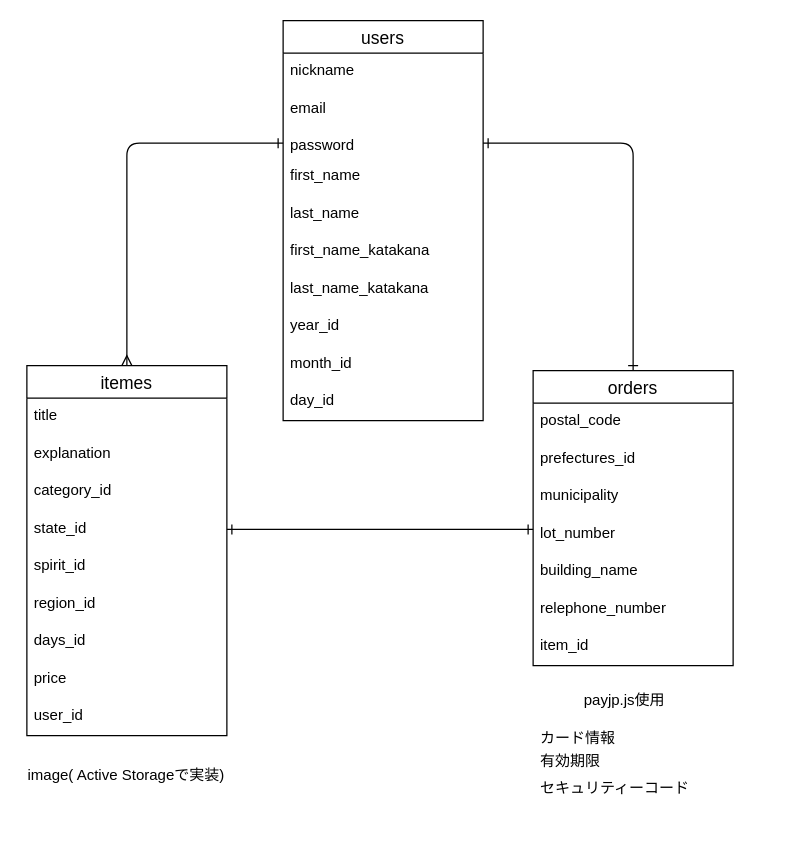
Before: furima.dio in you0626/furima-41564, a draw.io diagram. Source tidied: cells renumbered, new cells numbered last; positions are measured from the earlier drawing's top-left corner, leaving out a move shared by most shapes. Both pictures are drawn from the tidied source at 125%, with x=0, y=0 at pixel (20, 20).
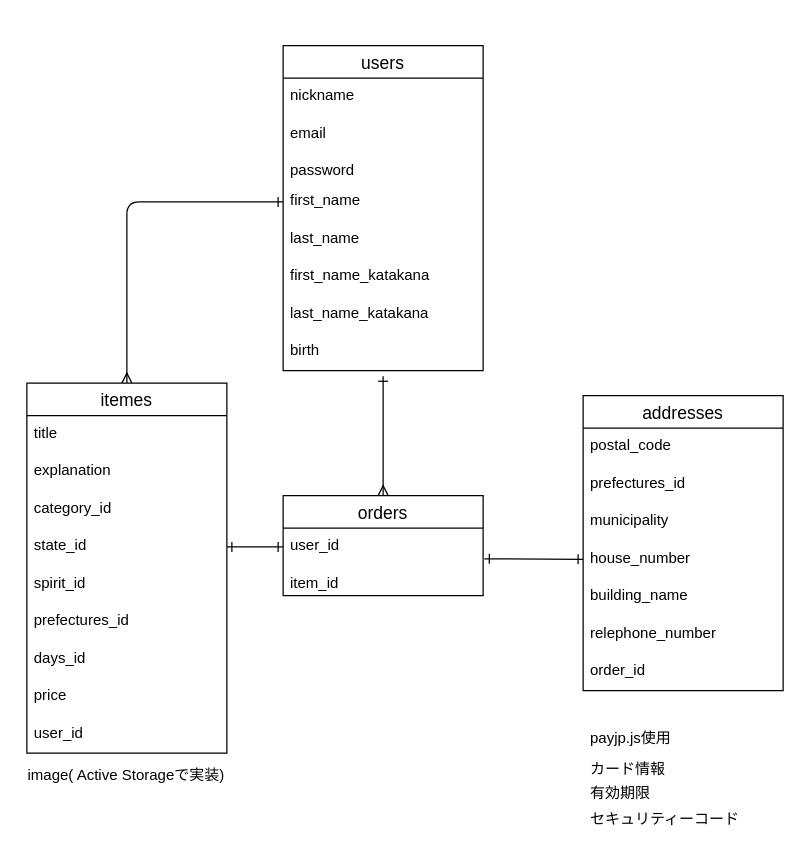
The same diagram, later.

Commit message (it also covers changes not shown here):
テーブルを４つに変更

The change refers to these unchanged cells:
```xml
<mxCell id="5" value="password" style="text;strokeColor=none;fillColor=none;spacingLeft=4;spacingRight=4;overflow=hidden;points=[[0,0.5],[1,0.5]];portConstraint=eastwest;fontSize=12;" parent="2" vertex="1">
  <mxGeometry y="86" width="160" height="24" as="geometry" />
</mxCell>
<mxCell id="6" value="first_name" style="text;strokeColor=none;fillColor=none;spacingLeft=4;spacingRight=4;overflow=hidden;points=[[0,0.5],[1,0.5]];portConstraint=eastwest;fontSize=12;" parent="2" vertex="1">
  <mxGeometry y="110" width="160" height="30" as="geometry" />
</mxCell>
<mxCell id="18" value="state_id" style="text;strokeColor=none;fillColor=none;spacingLeft=4;spacingRight=4;overflow=hidden;points=[[0,0.5],[1,0.5]];portConstraint=eastwest;fontSize=12;" parent="14" vertex="1">
  <mxGeometry y="116" width="160" height="30" as="geometry" />
</mxCell>
```

Diff of the diagram source:
```diff
@@
     <mxCell id="2" value="users" style="swimlane;fontStyle=0;horizontal=1;startSize=26;align=center;fontSize=14;" parent="1" vertex="1">
-      <mxGeometry x="210" width="160" height="320" as="geometry" />
+      <mxGeometry x="210" y="20" width="160" height="260" as="geometry" />
     </mxCell>
@@
-    <mxCell id="10" value="year_id" style="text;strokeColor=none;fillColor=none;spacingLeft=4;spacingRight=4;overflow=hidden;points=[[0,0.5],[1,0.5]];portConstraint=eastwest;fontSize=12;" parent="2" vertex="1">
+    <mxCell id="10" value="birth" style="text;strokeColor=none;fillColor=none;spacingLeft=4;spacingRight=4;overflow=hidden;points=[[0,0.5],[1,0.5]];portConstraint=eastwest;fontSize=12;" parent="2" vertex="1">
       <mxGeometry y="230" width="160" height="30" as="geometry" />
     </mxCell>
-    <mxCell id="11" value="month_id" style="text;strokeColor=none;fillColor=none;spacingLeft=4;spacingRight=4;overflow=hidden;fontSize=12;" parent="2" vertex="1">
-      <mxGeometry y="260" width="160" height="30" as="geometry" />
-    </mxCell>
-    <mxCell id="12" value="day_id" style="text;strokeColor=none;fillColor=none;spacingLeft=4;spacingRight=4;overflow=hidden;fontSize=12;" parent="2" vertex="1">
-      <mxGeometry y="290" width="160" height="30" as="geometry" />
-    </mxCell>
-    <mxCell id="13" style="edgeStyle=orthogonalEdgeStyle;html=1;exitX=0.5;exitY=0;exitDx=0;exitDy=0;entryX=0;entryY=0.5;entryDx=0;entryDy=0;startArrow=ERmany;startFill=0;endArrow=ERone;endFill=0;" parent="1" edge="1" source="14" target="5">
+    <mxCell id="13" style="edgeStyle=orthogonalEdgeStyle;html=1;exitX=0.5;exitY=0;exitDx=0;exitDy=0;entryX=0;entryY=0.5;entryDx=0;entryDy=0;startArrow=ERmany;startFill=0;endArrow=ERone;endFill=0;" parent="1" edge="1" source="14" target="6">
       <mxGeometry relative="1" as="geometry" />
     </mxCell>
     <mxCell id="14" value="itemes" style="swimlane;fontStyle=0;horizontal=1;startSize=26;align=center;fontSize=14;" parent="1" vertex="1">
-      <mxGeometry x="5" y="276" width="160" height="296" as="geometry" />
+      <mxGeometry x="5" y="290" width="160" height="296" as="geometry" />
     </mxCell>
@@
-    <mxCell id="20" value="region_id" style="text;strokeColor=none;fillColor=none;spacingLeft=4;spacingRight=4;overflow=hidden;fontSize=12;" parent="14" vertex="1">
+    <mxCell id="20" value="prefectures_id" style="text;strokeColor=none;fillColor=none;spacingLeft=4;spacingRight=4;overflow=hidden;fontSize=12;" parent="14" vertex="1">
       <mxGeometry y="176" width="160" height="30" as="geometry" />
     </mxCell>
@@
     <mxCell id="24" value="orders" style="swimlane;fontStyle=0;horizontal=1;startSize=26;align=center;fontSize=14;" parent="1" vertex="1">
-      <mxGeometry x="410" y="280" width="160" height="236" as="geometry" />
+      <mxGeometry x="210" y="380" width="160" height="80" as="geometry" />
     </mxCell>
-    <mxCell id="25" value="postal_code" style="text;strokeColor=none;fillColor=none;spacingLeft=4;spacingRight=4;overflow=hidden;fontSize=12;" parent="24" vertex="1">
-      <mxGeometry y="26" width="160" height="30" as="geometry" />
-    </mxCell>
-    <mxCell id="26" value="prefectures_id" style="text;strokeColor=none;fillColor=none;spacingLeft=4;spacingRight=4;overflow=hidden;fontSize=12;" parent="24" vertex="1">
-      <mxGeometry y="56" width="160" height="30" as="geometry" />
-    </mxCell>
-    <mxCell id="27" value="municipality" style="text;strokeColor=none;fillColor=none;spacingLeft=4;spacingRight=4;overflow=hidden;fontSize=12;" parent="24" vertex="1">
-      <mxGeometry y="86" width="160" height="30" as="geometry" />
-    </mxCell>
-    <mxCell id="28" value="lot_number" style="text;strokeColor=none;fillColor=none;spacingLeft=4;spacingRight=4;overflow=hidden;points=[[0,0.5],[1,0.5]];portConstraint=eastwest;fontSize=12;" parent="24" vertex="1">
-      <mxGeometry y="116" width="160" height="30" as="geometry" />
-    </mxCell>
-    <mxCell id="29" value="building_name" style="text;strokeColor=none;fillColor=none;spacingLeft=4;spacingRight=4;overflow=hidden;fontSize=12;" parent="24" vertex="1">
-      <mxGeometry y="146" width="160" height="30" as="geometry" />
-    </mxCell>
-    <mxCell id="30" value="relephone_number" style="text;strokeColor=none;fillColor=none;spacingLeft=4;spacingRight=4;overflow=hidden;fontSize=12;" parent="24" vertex="1">
-      <mxGeometry y="176" width="160" height="30" as="geometry" />
-    </mxCell>
+    <mxCell id="39" value="user_id" style="text;strokeColor=none;fillColor=none;spacingLeft=4;spacingRight=4;overflow=hidden;points=[[0,0.5],[1,0.5]];portConstraint=eastwest;fontSize=12;" parent="24" vertex="1">
+      <mxGeometry y="26" width="160" height="30" as="geometry" />
+    </mxCell>
     <mxCell id="31" value="item_id" style="text;strokeColor=none;fillColor=none;spacingLeft=4;spacingRight=4;overflow=hidden;points=[[0,0.5],[1,0.5]];portConstraint=eastwest;fontSize=12;" parent="24" vertex="1">
-      <mxGeometry y="206" width="160" height="30" as="geometry" />
+      <mxGeometry y="56" width="160" height="24" as="geometry" />
     </mxCell>
-    <mxCell id="32" style="edgeStyle=orthogonalEdgeStyle;html=1;exitX=1;exitY=0.5;exitDx=0;exitDy=0;entryX=0.5;entryY=0;entryDx=0;entryDy=0;startArrow=ERone;startFill=0;endArrow=ERone;endFill=0;" parent="1" edge="1" source="5" target="24">
+    <mxCell id="32" style="html=1;entryX=0.5;entryY=0;entryDx=0;entryDy=0;startArrow=ERone;startFill=0;endArrow=ERmany;endFill=0;exitX=0.5;exitY=1.15;exitDx=0;exitDy=0;exitPerimeter=0;" parent="1" edge="1" source="10" target="24">
       <mxGeometry relative="1" as="geometry" />
     </mxCell>
-    <mxCell id="33" style="edgeStyle=none;html=1;entryX=1;entryY=0.5;entryDx=0;entryDy=0;endArrow=ERone;endFill=0;startArrow=ERone;startFill=0;" parent="1" edge="1" target="18">
-      <mxGeometry relative="1" as="geometry">
-        <mxPoint x="410" y="407" as="sourcePoint" />
-      </mxGeometry>
+    <mxCell id="33" style="edgeStyle=none;html=1;entryX=1;entryY=0.5;entryDx=0;entryDy=0;endArrow=ERone;endFill=0;startArrow=ERone;startFill=0;exitX=0;exitY=0.5;exitDx=0;exitDy=0;" parent="1" edge="1" source="39" target="18">
+      <mxGeometry relative="1" as="geometry" />
     </mxCell>
     <mxCell id="34" value="payjp.js使用" style="text;strokeColor=none;fillColor=none;spacingLeft=4;spacingRight=4;overflow=hidden;fontSize=12;" parent="1" vertex="1">
-      <mxGeometry x="445" y="530" width="90" height="30" as="geometry" />
+      <mxGeometry x="450" y="560" width="90" height="30" as="geometry" />
     </mxCell>
@@
     <mxCell id="36" value="カード情報" style="text;strokeColor=none;fillColor=none;spacingLeft=4;spacingRight=4;overflow=hidden;fontSize=12;" parent="1" vertex="1">
-      <mxGeometry x="410" y="560" width="160" height="30" as="geometry" />
+      <mxGeometry x="450" y="585" width="160" height="30" as="geometry" />
     </mxCell>
     <mxCell id="37" value="有効期限" style="text;strokeColor=none;fillColor=none;spacingLeft=4;spacingRight=4;overflow=hidden;fontSize=12;" parent="1" vertex="1">
-      <mxGeometry x="410" y="579" width="160" height="30" as="geometry" />
+      <mxGeometry x="450" y="604" width="160" height="30" as="geometry" />
     </mxCell>
     <mxCell id="38" value="セキュリティーコード" style="text;strokeColor=none;fillColor=none;spacingLeft=4;spacingRight=4;overflow=hidden;fontSize=12;" parent="1" vertex="1">
-      <mxGeometry x="410" y="600" width="160" height="30" as="geometry" />
+      <mxGeometry x="450" y="625" width="160" height="30" as="geometry" />
     </mxCell>
+    <mxCell id="40" style="html=1;exitX=0;exitY=0.5;exitDx=0;exitDy=0;entryX=1.006;entryY=-0.229;entryDx=0;entryDy=0;entryPerimeter=0;startArrow=ERone;startFill=0;endArrow=ERone;endFill=0;" parent="1" edge="1" source="28" target="31">
+      <mxGeometry relative="1" as="geometry" />
+    </mxCell>
+    <mxCell id="41" value="addresses" style="swimlane;fontStyle=0;horizontal=1;startSize=26;align=center;fontSize=14;" parent="1" vertex="1">
+      <mxGeometry x="450" y="300" width="160" height="236" as="geometry" />
+    </mxCell>
+    <mxCell id="25" value="postal_code" style="text;strokeColor=none;fillColor=none;spacingLeft=4;spacingRight=4;overflow=hidden;fontSize=12;" parent="41" vertex="1">
+      <mxGeometry y="26" width="160" height="30" as="geometry" />
+    </mxCell>
+    <mxCell id="26" value="prefectures_id" style="text;strokeColor=none;fillColor=none;spacingLeft=4;spacingRight=4;overflow=hidden;fontSize=12;" parent="41" vertex="1">
+      <mxGeometry y="56" width="160" height="30" as="geometry" />
+    </mxCell>
+    <mxCell id="27" value="municipality" style="text;strokeColor=none;fillColor=none;spacingLeft=4;spacingRight=4;overflow=hidden;fontSize=12;" parent="41" vertex="1">
+      <mxGeometry y="86" width="160" height="30" as="geometry" />
+    </mxCell>
+    <mxCell id="28" value="house_number" style="text;strokeColor=none;fillColor=none;spacingLeft=4;spacingRight=4;overflow=hidden;points=[[0,0.5],[1,0.5]];portConstraint=eastwest;fontSize=12;" parent="41" vertex="1">
+      <mxGeometry y="116" width="160" height="30" as="geometry" />
+    </mxCell>
+    <mxCell id="29" value="building_name" style="text;strokeColor=none;fillColor=none;spacingLeft=4;spacingRight=4;overflow=hidden;fontSize=12;" parent="41" vertex="1">
+      <mxGeometry y="146" width="160" height="30" as="geometry" />
+    </mxCell>
+    <mxCell id="30" value="relephone_number" style="text;strokeColor=none;fillColor=none;spacingLeft=4;spacingRight=4;overflow=hidden;fontSize=12;" parent="41" vertex="1">
+      <mxGeometry y="176" width="160" height="30" as="geometry" />
+    </mxCell>
+    <mxCell id="42" value="order_id" style="text;strokeColor=none;fillColor=none;spacingLeft=4;spacingRight=4;overflow=hidden;fontSize=12;" parent="41" vertex="1">
+      <mxGeometry y="206" width="160" height="30" as="geometry" />
+    </mxCell>
```
